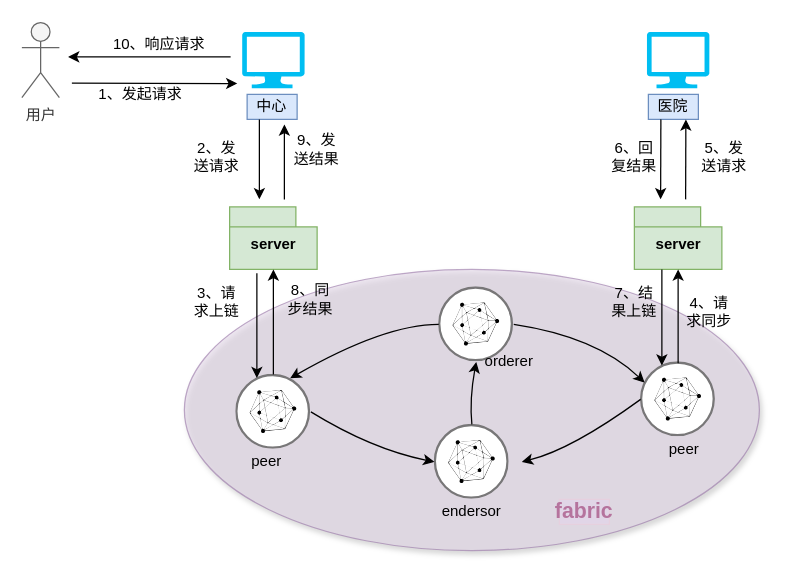
Earlier version of the draw.io diagram 电子病历系统.drawio (sdd0515/sddmyRepository). Source tidied: cells renumbered, new cells numbered last; positions are measured from the earlier drawing's top-left corner, leaving out a move shared by most shapes. Both pictures are drawn from the tidied source at 125%, with x=0, y=0 at pixel (21, 21).
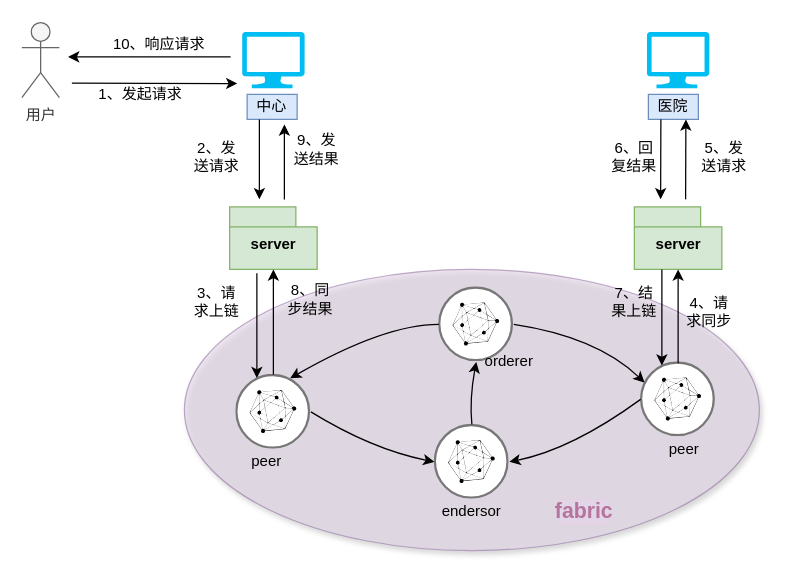
The same page after the edit.

Commit message:
Update 电子病历系统.drawio

The change refers to these unchanged cells:
```xml
<mxCell id="19" style="perimeter=ellipsePerimeter;html=1;align=center;shadow=0;dashed=0;fontColor=#4277BB;labelBackgroundColor=#ffffff;fontSize=12;spacingTop=3;image;image=img/lib/ibm/blockchain/hyperledger_fabric.svg;" parent="1" vertex="1">
  <mxGeometry x="495" y="272" width="60" height="60" as="geometry" />
</mxCell>
<mxCell id="20" style="perimeter=ellipsePerimeter;html=1;align=center;shadow=0;dashed=0;fontColor=#4277BB;labelBackgroundColor=#ffffff;fontSize=12;spacingTop=3;image;image=img/lib/ibm/blockchain/hyperledger_fabric.svg;" parent="1" vertex="1">
  <mxGeometry x="330" y="322" width="60" height="60" as="geometry" />
</mxCell>
```

The edit, as a diff of the source:
```diff
@@
-    <mxCell id="30" style="curved=1;endArrow=classic;html=1;exitX=0;exitY=0.5;exitDx=0;exitDy=0;" parent="1" edge="1" source="19">
+    <mxCell id="30" style="curved=1;endArrow=classic;html=1;exitX=0;exitY=0.5;exitDx=0;exitDy=0;entryX=1;entryY=0.5;entryDx=0;entryDy=0;" parent="1" edge="1" source="19" target="20">
       <mxGeometry relative="1" as="geometry">
-        <mxPoint x="400" y="352" as="targetPoint" />
         <Array as="points">
           <mxPoint x="440" y="342" />
         </Array>
       </mxGeometry>
     </mxCell>
```
